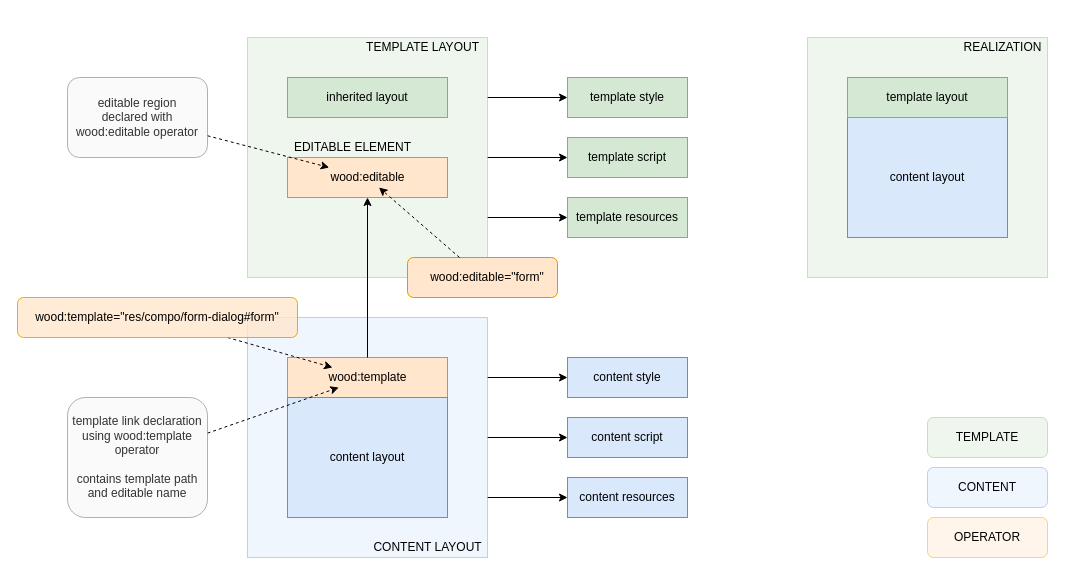
This is page "Inheritance" (6 of 10) of doc/model/diagrams.drawio from js-lib-com/wood, a draw.io file, before an edit. Source tidied: cells renumbered, new cells numbered last; positions are measured from the earlier drawing's top-left corner, leaving out a move shared by most shapes. Both pictures are drawn from the tidied source at 100%, with x=0, y=0 at pixel (17, 37).
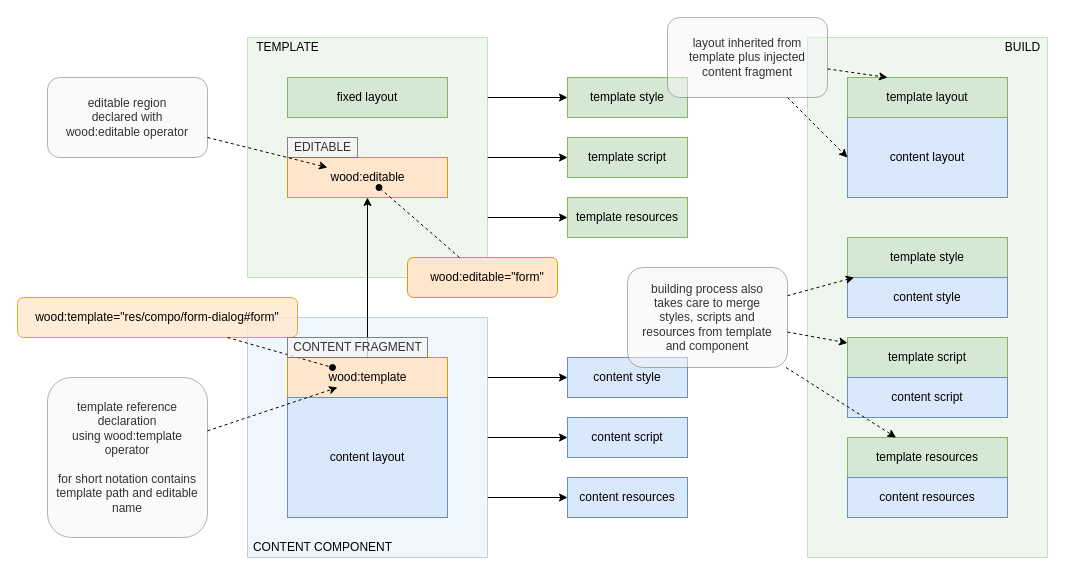
Above is the later version.

The change refers to these unchanged cells:
```xml
<mxCell id="8" style="rounded=0;whiteSpace=wrap;html=1;fontSize=12;fillColor=#d5e8d4;strokeColor=#82b366;opacity=40;" parent="1" vertex="1">
  <mxGeometry x="230" width="240" height="240" as="geometry" />
</mxCell>
<mxCell id="17" style="rounded=0;whiteSpace=wrap;html=1;fontSize=12;fillColor=#dae8fc;strokeColor=#6c8ebf;opacity=40;" parent="1" vertex="1">
  <mxGeometry x="230" y="280" width="240" height="240" as="geometry" />
</mxCell>
<mxCell id="28" value="template layout" style="rounded=0;whiteSpace=wrap;html=1;fontSize=12;fillColor=#d5e8d4;strokeColor=#82b366;" parent="1" vertex="1">
  <mxGeometry x="830" y="40" width="160" height="40" as="geometry" />
</mxCell>
<mxCell id="38" value="wood:template=&quot;res/compo/form-dialog#form&quot;" style="rounded=1;whiteSpace=wrap;html=1;fontSize=12;align=center;fillColor=#ffe6cc;strokeColor=#d79b00;opacity=80;" parent="1" vertex="1">
  <mxGeometry y="260" width="280" height="40" as="geometry" />
</mxCell>
<mxCell id="39" value="wood:editable=&quot;form&quot;" style="rounded=1;whiteSpace=wrap;html=1;fontSize=12;fontStyle=0;align=center;spacingLeft=10;fillColor=#ffe6cc;strokeColor=#d79b00;" parent="1" vertex="1">
  <mxGeometry x="390" y="220" width="150" height="40" as="geometry" />
</mxCell>
```

The edit, as a diff of the source:
```diff
@@
-    <mxCell id="9" style="rounded=0;whiteSpace=wrap;html=1;fontSize=12;fillColor=#ffe6cc;strokeColor=#d79b00;" parent="8" vertex="1">
-      <mxGeometry x="40" y="120" width="160" height="40" as="geometry" />
-    </mxCell>
-    <mxCell id="10" value="EDITABLE ELEMENT" style="text;html=1;align=center;verticalAlign=middle;fontSize=12;" parent="8" vertex="1">
-      <mxGeometry x="40" y="100" width="130" height="20" as="geometry" />
-    </mxCell>
-    <mxCell id="11" value="TEMPLATE LAYOUT" style="text;html=1;align=center;verticalAlign=middle;fontSize=12;" parent="8" vertex="1">
-      <mxGeometry x="110" width="130" height="20" as="geometry" />
-    </mxCell>
-    <mxCell id="12" value="inherited layout" style="rounded=0;whiteSpace=wrap;html=1;fontSize=12;fillColor=#d5e8d4;strokeColor=#82b366;" parent="8" vertex="1">
-      <mxGeometry x="40" y="40" width="160" height="40" as="geometry" />
-    </mxCell>
-    <mxCell id="13" value="&lt;span&gt;wood:editable&lt;/span&gt;" style="text;html=1;align=center;verticalAlign=middle;points=[];" parent="8" vertex="1">
-      <mxGeometry x="75" y="130" width="90" height="20" as="geometry" />
-    </mxCell>
@@
-    <mxCell id="18" style="rounded=0;whiteSpace=wrap;html=1;fontSize=12;fillColor=#ffe6cc;strokeColor=#d79b00;" parent="17" vertex="1">
-      <mxGeometry x="40" y="40" width="160" height="40" as="geometry" />
-    </mxCell>
-    <mxCell id="19" value="content layout" style="rounded=0;whiteSpace=wrap;html=1;fontSize=12;fillColor=#dae8fc;strokeColor=#6c8ebf;" parent="17" vertex="1">
-      <mxGeometry x="40" y="80" width="160" height="120" as="geometry" />
-    </mxCell>
-    <mxCell id="20" value="&lt;font style=&quot;font-size: 12px;&quot;&gt;CONTENT LAYOUT&lt;/font&gt;" style="text;html=1;align=center;verticalAlign=middle;fontSize=12;" parent="17" vertex="1">
-      <mxGeometry x="120" y="220" width="120" height="20" as="geometry" />
-    </mxCell>
-    <mxCell id="21" value="&lt;span&gt;wood:template&lt;/span&gt;" style="text;html=1;align=center;verticalAlign=middle;points=[];" parent="17" vertex="1">
-      <mxGeometry x="75" y="50" width="90" height="20" as="geometry" />
-    </mxCell>
@@
     <mxCell id="26" style="rounded=0;whiteSpace=wrap;html=1;fontSize=12;opacity=40;fillColor=#d5e8d4;strokeColor=#82b366;" parent="1" vertex="1">
-      <mxGeometry x="790" width="240" height="240" as="geometry" />
+      <mxGeometry x="790" width="240" height="520" as="geometry" />
     </mxCell>
     <mxCell id="27" value="content layout" style="rounded=0;whiteSpace=wrap;html=1;fontSize=12;fillColor=#dae8fc;strokeColor=#6c8ebf;" parent="1" vertex="1">
-      <mxGeometry x="830" y="80" width="160" height="120" as="geometry" />
+      <mxGeometry x="830" y="80" width="160" height="80" as="geometry" />
     </mxCell>
@@
-    <mxCell id="29" value="REALIZATION" style="text;html=1;align=center;verticalAlign=middle;fontSize=12;" parent="1" vertex="1">
-      <mxGeometry x="940" width="90" height="20" as="geometry" />
+    <mxCell id="29" value="BUILD" style="text;html=1;align=center;verticalAlign=middle;fontSize=12;" parent="1" vertex="1">
+      <mxGeometry x="980" width="50" height="20" as="geometry" />
     </mxCell>
-    <mxCell id="30" value="TEMPLATE" style="rounded=1;whiteSpace=wrap;html=1;fontSize=12;fillColor=#d5e8d4;strokeColor=#82b366;opacity=40;" parent="1" vertex="1">
-      <mxGeometry x="910" y="380" width="120" height="40" as="geometry" />
-    </mxCell>
-    <mxCell id="31" value="OPERATOR" style="rounded=1;whiteSpace=wrap;html=1;fontSize=12;fillColor=#ffe6cc;strokeColor=#d79b00;opacity=40;" parent="1" vertex="1">
-      <mxGeometry x="910" y="480" width="120" height="40" as="geometry" />
-    </mxCell>
-    <mxCell id="32" value="CONTENT" style="rounded=1;whiteSpace=wrap;html=1;fontSize=12;fillColor=#dae8fc;strokeColor=#6c8ebf;opacity=40;" parent="1" vertex="1">
-      <mxGeometry x="910" y="430" width="120" height="40" as="geometry" />
-    </mxCell>
-    <mxCell id="33" style="edgeStyle=none;rounded=0;jettySize=auto;html=1;dashed=1;strokeWidth=1;" parent="1" edge="1" source="34" target="21">
-      <mxGeometry relative="1" as="geometry" />
-    </mxCell>
-    <mxCell id="34" value="template link declaration&lt;br&gt;using wood:template operator&lt;br&gt;&lt;br&gt;contains template path and editable name" style="rounded=1;whiteSpace=wrap;html=1;fillColor=#f5f5f5;strokeColor=#666666;opacity=50;fontColor=#333333;" parent="1" vertex="1">
-      <mxGeometry x="50" y="360" width="140" height="120" as="geometry" />
+    <mxCell id="34" value="template reference declaration&lt;br&gt;using wood:template operator&lt;br&gt;&lt;br&gt;for short notation contains template path and editable name" style="rounded=1;whiteSpace=wrap;html=1;fillColor=#f5f5f5;strokeColor=#666666;opacity=50;fontColor=#333333;spacingLeft=8;spacingRight=8;" parent="1" vertex="1">
+      <mxGeometry x="30" y="340" width="160" height="160" as="geometry" />
     </mxCell>
-    <mxCell id="35" style="edgeStyle=none;rounded=0;jettySize=auto;html=1;dashed=1;strokeColor=#000000;strokeWidth=1;" parent="1" edge="1" source="36" target="13">
-      <mxGeometry relative="1" as="geometry" />
-    </mxCell>
-    <mxCell id="36" value="editable region &lt;br&gt;declared with wood:editable operator" style="rounded=1;whiteSpace=wrap;html=1;fillColor=#f5f5f5;strokeColor=#666666;opacity=50;fontColor=#333333;" parent="1" vertex="1">
-      <mxGeometry x="50" y="40" width="140" height="80" as="geometry" />
+    <mxCell id="36" value="editable region &lt;br&gt;declared with wood:editable operator" style="rounded=1;whiteSpace=wrap;html=1;fillColor=#f5f5f5;strokeColor=#666666;opacity=50;fontColor=#333333;spacingLeft=8;spacingRight=8;" parent="1" vertex="1">
+      <mxGeometry x="30" y="40" width="160" height="80" as="geometry" />
     </mxCell>
-    <mxCell id="37" style="edgeStyle=none;rounded=0;jettySize=auto;html=1;dashed=1;strokeColor=#000000;strokeWidth=1;" parent="1" edge="1" source="38" target="21">
-      <mxGeometry relative="1" as="geometry" />
-    </mxCell>
@@
+    <mxCell id="9" style="rounded=0;whiteSpace=wrap;html=1;fontSize=12;fillColor=#ffe6cc;strokeColor=#d79b00;" parent="1" vertex="1">
+      <mxGeometry x="270" y="120" width="160" height="40" as="geometry" />
+    </mxCell>
+    <mxCell id="10" value="EDITABLE" style="text;html=1;align=center;verticalAlign=middle;fontSize=12;fillColor=#f5f5f5;strokeColor=#666666;fontColor=#333333;opacity=80;" parent="1" vertex="1">
+      <mxGeometry x="270" y="100" width="70" height="20" as="geometry" />
+    </mxCell>
+    <mxCell id="11" value="TEMPLATE" style="text;html=1;align=center;verticalAlign=middle;fontSize=12;" parent="1" vertex="1">
+      <mxGeometry x="230" width="80" height="20" as="geometry" />
+    </mxCell>
+    <mxCell id="12" value="fixed layout" style="rounded=0;whiteSpace=wrap;html=1;fontSize=12;fillColor=#d5e8d4;strokeColor=#82b366;" parent="1" vertex="1">
+      <mxGeometry x="270" y="40" width="160" height="40" as="geometry" />
+    </mxCell>
+    <mxCell id="13" value="&lt;span&gt;wood:editable&lt;/span&gt;" style="text;html=1;align=center;verticalAlign=middle;points=[];" parent="1" vertex="1">
+      <mxGeometry x="305" y="130" width="90" height="20" as="geometry" />
+    </mxCell>
+    <mxCell id="18" style="rounded=0;whiteSpace=wrap;html=1;fontSize=12;fillColor=#ffe6cc;strokeColor=#d79b00;" parent="1" vertex="1">
+      <mxGeometry x="270" y="320" width="160" height="40" as="geometry" />
+    </mxCell>
+    <mxCell id="19" value="content layout" style="rounded=0;whiteSpace=wrap;html=1;fontSize=12;fillColor=#dae8fc;strokeColor=#6c8ebf;" parent="1" vertex="1">
+      <mxGeometry x="270" y="360" width="160" height="120" as="geometry" />
+    </mxCell>
+    <mxCell id="20" value="&lt;font style=&quot;font-size: 12px&quot;&gt;CONTENT COMPONENT&lt;/font&gt;" style="text;html=1;align=center;verticalAlign=middle;fontSize=12;" parent="1" vertex="1">
+      <mxGeometry x="230" y="500" width="150" height="20" as="geometry" />
+    </mxCell>
+    <mxCell id="21" value="&lt;span&gt;wood:template&lt;/span&gt;" style="text;html=1;align=center;verticalAlign=middle;points=[];" parent="1" vertex="1">
+      <mxGeometry x="305" y="330" width="90" height="20" as="geometry" />
+    </mxCell>
+    <mxCell id="33" style="edgeStyle=none;rounded=0;jettySize=auto;html=1;dashed=1;strokeWidth=1;" parent="1" edge="1" source="34" target="21">
+      <mxGeometry relative="1" as="geometry" />
+    </mxCell>
+    <mxCell id="37" style="edgeStyle=none;rounded=0;jettySize=auto;html=1;dashed=1;strokeColor=#000000;strokeWidth=1;endArrow=oval;endFill=1;" parent="1" edge="1" source="38" target="21">
+      <mxGeometry relative="1" as="geometry" />
+    </mxCell>
+    <mxCell id="35" style="edgeStyle=none;rounded=0;jettySize=auto;html=1;dashed=1;strokeColor=#000000;strokeWidth=1;" parent="1" edge="1" source="36" target="13">
+      <mxGeometry relative="1" as="geometry" />
+    </mxCell>
-    <mxCell id="40" style="edgeStyle=none;rounded=0;jettySize=auto;html=1;dashed=1;strokeColor=#000000;strokeWidth=1;" parent="1" edge="1" source="39" target="13">
+    <mxCell id="40" style="edgeStyle=none;rounded=0;jettySize=auto;html=1;dashed=1;strokeColor=#000000;strokeWidth=1;endArrow=oval;endFill=1;" parent="1" edge="1" source="39" target="13">
       <mxGeometry relative="1" as="geometry" />
     </mxCell>
+    <mxCell id="41" value="CONTENT FRAGMENT" style="text;html=1;align=center;verticalAlign=middle;fillColor=#f5f5f5;strokeColor=#666666;fontColor=#333333;opacity=80;" parent="1" vertex="1">
+      <mxGeometry x="270" y="300" width="140" height="20" as="geometry" />
+    </mxCell>
+    <mxCell id="42" value="template style" style="rounded=0;whiteSpace=wrap;html=1;fontSize=12;fillColor=#d5e8d4;strokeColor=#82b366;" parent="1" vertex="1">
+      <mxGeometry x="830" y="200" width="160" height="40" as="geometry" />
+    </mxCell>
+    <mxCell id="43" value="content style" style="rounded=0;whiteSpace=wrap;html=1;fontSize=12;fillColor=#dae8fc;strokeColor=#6c8ebf;" parent="1" vertex="1">
+      <mxGeometry x="830" y="240" width="160" height="40" as="geometry" />
+    </mxCell>
+    <mxCell id="44" value="template script" style="rounded=0;whiteSpace=wrap;html=1;fontSize=12;fillColor=#d5e8d4;strokeColor=#82b366;" parent="1" vertex="1">
+      <mxGeometry x="830" y="300" width="160" height="40" as="geometry" />
+    </mxCell>
+    <mxCell id="45" value="content script" style="rounded=0;whiteSpace=wrap;html=1;fontSize=12;fillColor=#dae8fc;strokeColor=#6c8ebf;" parent="1" vertex="1">
+      <mxGeometry x="830" y="340" width="160" height="40" as="geometry" />
+    </mxCell>
+    <mxCell id="46" value="template resources" style="rounded=0;whiteSpace=wrap;html=1;fontSize=12;fillColor=#d5e8d4;strokeColor=#82b366;" parent="1" vertex="1">
+      <mxGeometry x="830" y="400" width="160" height="40" as="geometry" />
+    </mxCell>
+    <mxCell id="47" value="content resources" style="rounded=0;whiteSpace=wrap;html=1;fontSize=12;fillColor=#dae8fc;strokeColor=#6c8ebf;" parent="1" vertex="1">
+      <mxGeometry x="830" y="440" width="160" height="40" as="geometry" />
+    </mxCell>
+    <mxCell id="48" style="rounded=0;jettySize=auto;html=1;endArrow=classic;endFill=1;dashed=1;" parent="1" edge="1" source="51" target="42">
+      <mxGeometry relative="1" as="geometry" />
+    </mxCell>
+    <mxCell id="49" style="edgeStyle=none;rounded=0;jettySize=auto;html=1;dashed=1;endArrow=classic;endFill=1;" parent="1" edge="1" source="51" target="44">
+      <mxGeometry relative="1" as="geometry" />
+    </mxCell>
+    <mxCell id="50" style="edgeStyle=none;rounded=0;jettySize=auto;html=1;dashed=1;endArrow=classic;endFill=1;" parent="1" edge="1" source="51" target="46">
+      <mxGeometry relative="1" as="geometry" />
+    </mxCell>
+    <mxCell id="51" value="&lt;div&gt;building process also takes care to merge styles, scripts and resources from template and component&lt;/div&gt;" style="rounded=1;whiteSpace=wrap;html=1;fillColor=#f5f5f5;strokeColor=#666666;opacity=50;fontColor=#333333;spacingLeft=8;spacingRight=8;" parent="1" vertex="1">
+      <mxGeometry x="610" y="230" width="160" height="100" as="geometry" />
+    </mxCell>
+    <mxCell id="52" style="edgeStyle=none;rounded=0;jettySize=auto;html=1;entryX=0;entryY=0.5;entryDx=0;entryDy=0;dashed=1;endArrow=classic;endFill=1;" parent="1" edge="1" source="54" target="27">
+      <mxGeometry relative="1" as="geometry" />
+    </mxCell>
+    <mxCell id="53" style="edgeStyle=none;rounded=0;jettySize=auto;html=1;entryX=0.25;entryY=0;entryDx=0;entryDy=0;dashed=1;endArrow=classic;endFill=1;" parent="1" edge="1" source="54" target="28">
+      <mxGeometry relative="1" as="geometry" />
+    </mxCell>
+    <mxCell id="54" value="layout inherited from template plus injected content fragment" style="rounded=1;whiteSpace=wrap;html=1;fillColor=#f5f5f5;strokeColor=#666666;opacity=50;fontColor=#333333;spacingLeft=8;spacingRight=8;" parent="1" vertex="1">
+      <mxGeometry x="650" y="-20" width="160" height="80" as="geometry" />
+    </mxCell>
```
